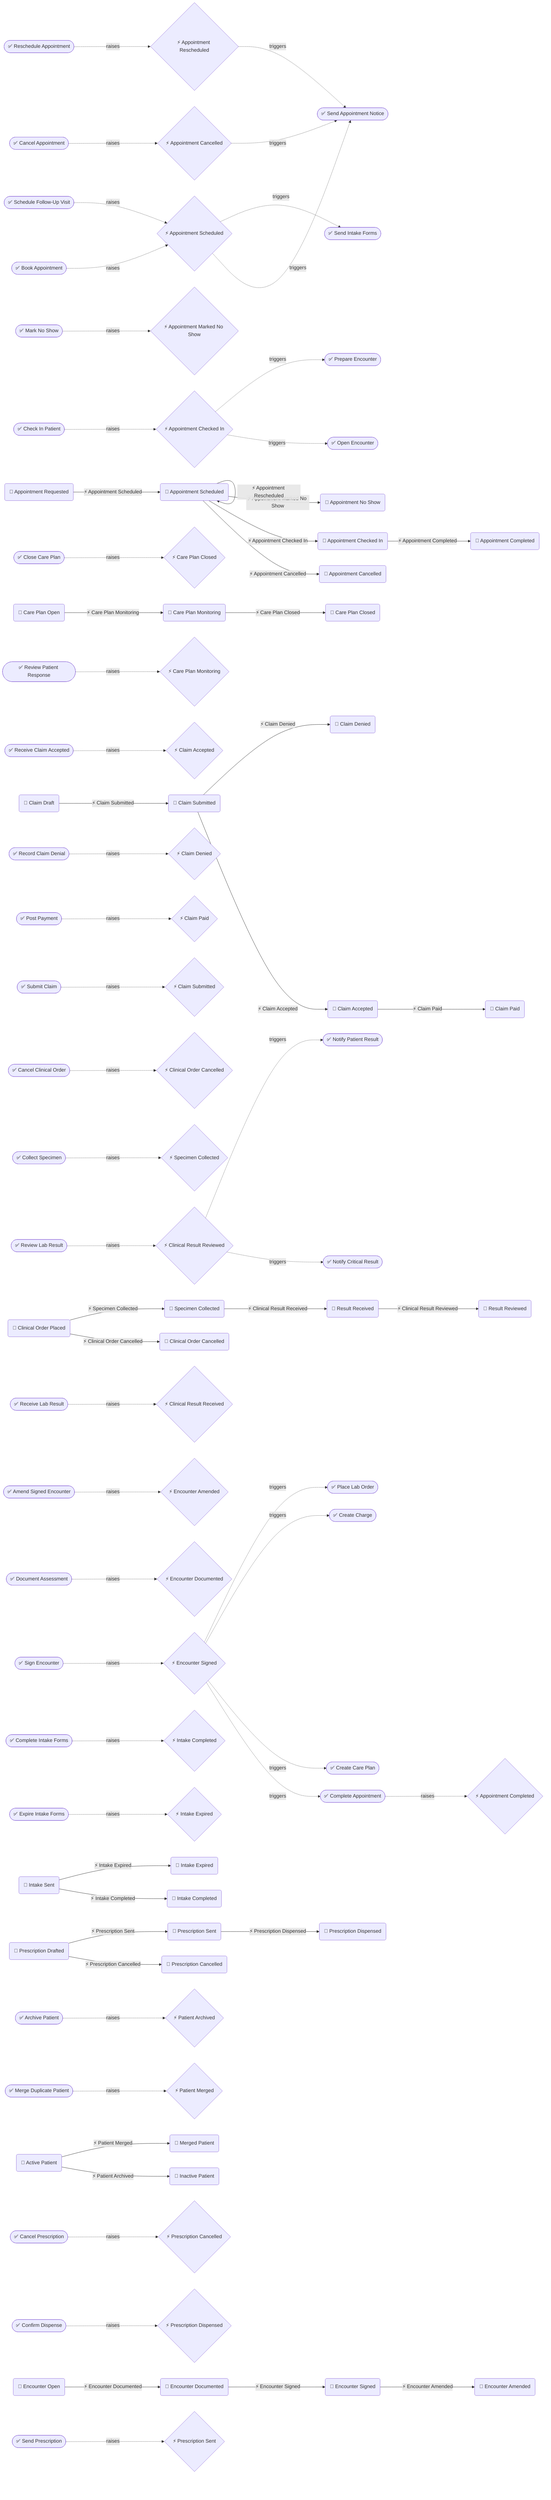
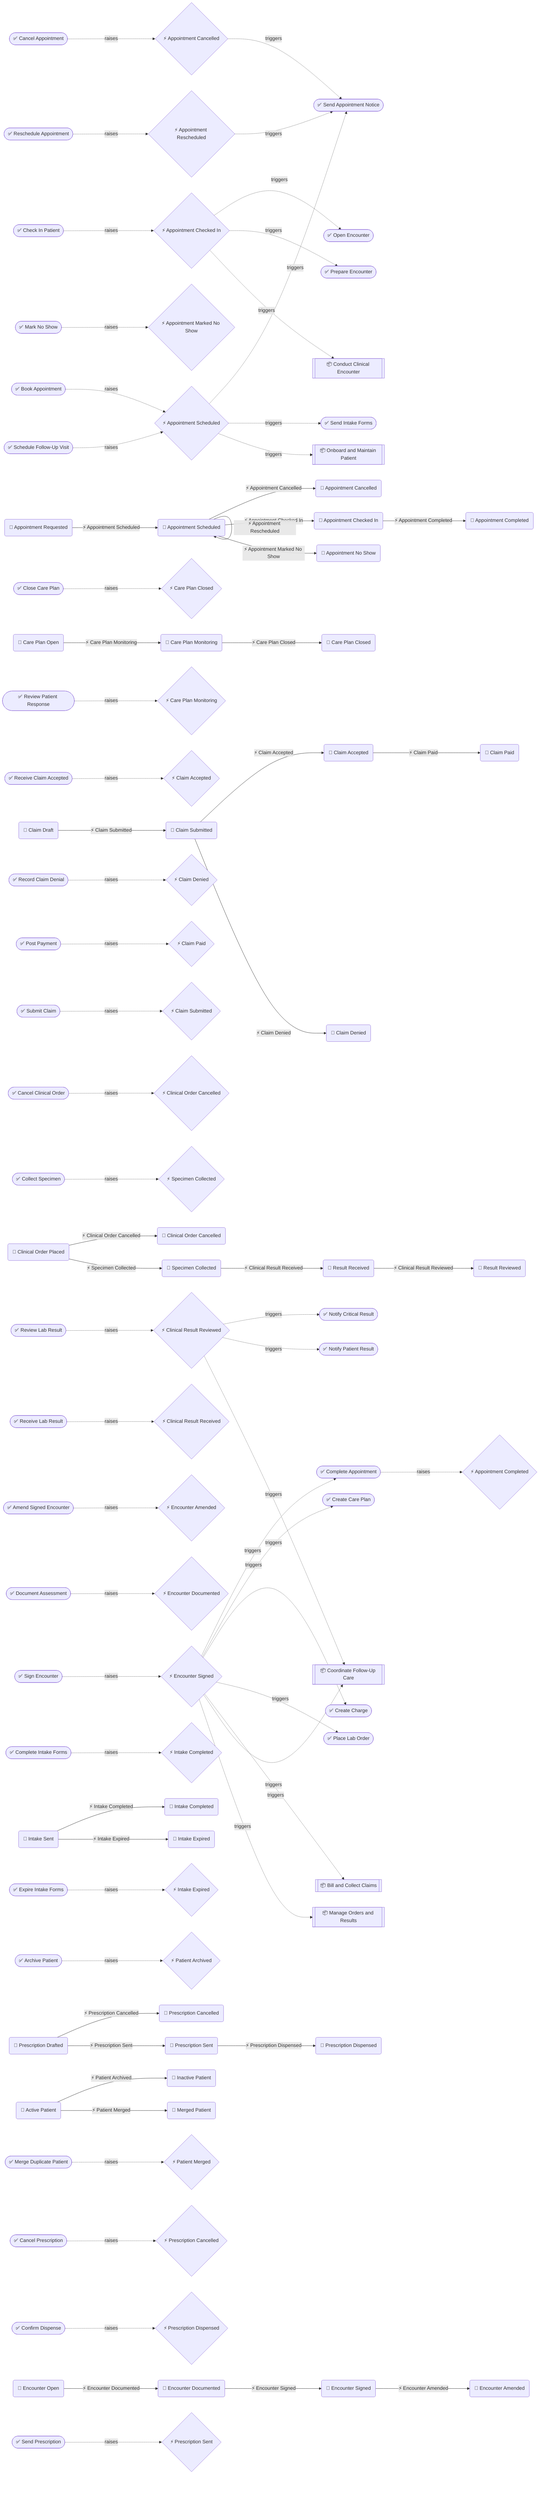
flowchart LR
  ev__EvAppointmentCancelled{"⚡ Appointment Cancelled"}
  uc__CancelAppointment(["✅ Cancel Appointment"])
  uc__CancelAppointment -.->|raises| ev__EvAppointmentCancelled
  uc__SendAppointmentNotice(["✅ Send Appointment Notice"])
  ev__EvAppointmentCancelled -.->|triggers| uc__SendAppointmentNotice
  st__Apptscheduled("🔄 Appointment Scheduled")
  st__Apptcancelled("🔄 Appointment Cancelled")
  st__Apptscheduled -->|⚡ Appointment Cancelled| st__Apptcancelled
  ev__EvAppointmentCheckedIn{"⚡ Appointment Checked In"}
  uc__CheckInPatient(["✅ Check In Patient"])
  uc__CheckInPatient -.->|raises| ev__EvAppointmentCheckedIn
  uc__OpenEncounter(["✅ Open Encounter"])
  ev__EvAppointmentCheckedIn -.->|triggers| uc__OpenEncounter
  uc__PrepareEncounter(["✅ Prepare Encounter"])
  ev__EvAppointmentCheckedIn -.->|triggers| uc__PrepareEncounter
+   buc__BucClinicalEncounter[["📦 Conduct Clinical Encounter"]]
+   ev__EvAppointmentCheckedIn -.->|triggers| buc__BucClinicalEncounter
  st__Apptcheckedin("🔄 Appointment Checked In")
  st__Apptscheduled -->|⚡ Appointment Checked In| st__Apptcheckedin
  ev__EvAppointmentCompleted{"⚡ Appointment Completed"}
  uc__CompleteAppointment(["✅ Complete Appointment"])
  uc__CompleteAppointment -.->|raises| ev__EvAppointmentCompleted
  st__Apptcompleted("🔄 Appointment Completed")
  st__Apptcheckedin -->|⚡ Appointment Completed| st__Apptcompleted
  ev__EvAppointmentNoShow{"⚡ Appointment Marked No Show"}
  uc__MarkNoShow(["✅ Mark No Show"])
  uc__MarkNoShow -.->|raises| ev__EvAppointmentNoShow
  st__Apptnoshow("🔄 Appointment No Show")
  st__Apptscheduled -->|⚡ Appointment Marked No Show| st__Apptnoshow
  ev__EvAppointmentRescheduled{"⚡ Appointment Rescheduled"}
  uc__RescheduleAppointment(["✅ Reschedule Appointment"])
  uc__RescheduleAppointment -.->|raises| ev__EvAppointmentRescheduled
  ev__EvAppointmentRescheduled -.->|triggers| uc__SendAppointmentNotice
  st__Apptscheduled -->|⚡ Appointment Rescheduled| st__Apptscheduled
  ev__EvAppointmentScheduled{"⚡ Appointment Scheduled"}
  uc__BookAppointment(["✅ Book Appointment"])
  uc__BookAppointment -.->|raises| ev__EvAppointmentScheduled
  uc__ScheduleFollowUpVisit(["✅ Schedule Follow-Up Visit"])
  uc__ScheduleFollowUpVisit -.->|raises| ev__EvAppointmentScheduled
  ev__EvAppointmentScheduled -.->|triggers| uc__SendAppointmentNotice
  uc__SendIntakeForms(["✅ Send Intake Forms"])
  ev__EvAppointmentScheduled -.->|triggers| uc__SendIntakeForms
+   buc__BucPatientOnboarding[["📦 Onboard and Maintain Patient"]]
+   ev__EvAppointmentScheduled -.->|triggers| buc__BucPatientOnboarding
  st__Apptrequested("🔄 Appointment Requested")
  st__Apptrequested -->|⚡ Appointment Scheduled| st__Apptscheduled
  ev__EvCarePlanClosed{"⚡ Care Plan Closed"}
  uc__CloseCarePlan(["✅ Close Care Plan"])
  uc__CloseCarePlan -.->|raises| ev__EvCarePlanClosed
  st__Caremonitoring("🔄 Care Plan Monitoring")
  st__Careclosed("🔄 Care Plan Closed")
  st__Caremonitoring -->|⚡ Care Plan Closed| st__Careclosed
  ev__EvCarePlanMonitoring{"⚡ Care Plan Monitoring"}
  uc__ReviewPatientResponse(["✅ Review Patient Response"])
  uc__ReviewPatientResponse -.->|raises| ev__EvCarePlanMonitoring
  st__Careopen("🔄 Care Plan Open")
  st__Careopen -->|⚡ Care Plan Monitoring| st__Caremonitoring
  ev__EvClaimAccepted{"⚡ Claim Accepted"}
  uc__ReceiveClaimAccepted(["✅ Receive Claim Accepted"])
  uc__ReceiveClaimAccepted -.->|raises| ev__EvClaimAccepted
  st__Claimsubmitted("🔄 Claim Submitted")
  st__Claimaccepted("🔄 Claim Accepted")
  st__Claimsubmitted -->|⚡ Claim Accepted| st__Claimaccepted
  ev__EvClaimDenied{"⚡ Claim Denied"}
  uc__RecordClaimDenial(["✅ Record Claim Denial"])
  uc__RecordClaimDenial -.->|raises| ev__EvClaimDenied
  st__Claimdenied("🔄 Claim Denied")
  st__Claimsubmitted -->|⚡ Claim Denied| st__Claimdenied
  ev__EvClaimPaid{"⚡ Claim Paid"}
  uc__PostPayment(["✅ Post Payment"])
  uc__PostPayment -.->|raises| ev__EvClaimPaid
  st__Claimpaid("🔄 Claim Paid")
  st__Claimaccepted -->|⚡ Claim Paid| st__Claimpaid
  ev__EvClaimSubmitted{"⚡ Claim Submitted"}
  uc__SubmitClaim(["✅ Submit Claim"])
  uc__SubmitClaim -.->|raises| ev__EvClaimSubmitted
  st__Claimdraft("🔄 Claim Draft")
  st__Claimdraft -->|⚡ Claim Submitted| st__Claimsubmitted
  ev__EvClinicalOrderCancelled{"⚡ Clinical Order Cancelled"}
  uc__CancelClinicalOrder(["✅ Cancel Clinical Order"])
  uc__CancelClinicalOrder -.->|raises| ev__EvClinicalOrderCancelled
  st__Clordered("🔄 Clinical Order Placed")
  st__Clcancelled("🔄 Clinical Order Cancelled")
  st__Clordered -->|⚡ Clinical Order Cancelled| st__Clcancelled
  ev__EvClinicalOrderCollected{"⚡ Specimen Collected"}
  uc__CollectSpecimen(["✅ Collect Specimen"])
  uc__CollectSpecimen -.->|raises| ev__EvClinicalOrderCollected
  st__Clcollected("🔄 Specimen Collected")
  st__Clordered -->|⚡ Specimen Collected| st__Clcollected
  ev__EvClinicalOrderResulted{"⚡ Clinical Result Received"}
  uc__ReceiveLabResult(["✅ Receive Lab Result"])
  uc__ReceiveLabResult -.->|raises| ev__EvClinicalOrderResulted
  st__Clresulted("🔄 Result Received")
  st__Clcollected -->|⚡ Clinical Result Received| st__Clresulted
  ev__EvClinicalOrderReviewed{"⚡ Clinical Result Reviewed"}
  uc__ReviewLabResult(["✅ Review Lab Result"])
  uc__ReviewLabResult -.->|raises| ev__EvClinicalOrderReviewed
  uc__NotifyCriticalResult(["✅ Notify Critical Result"])
  ev__EvClinicalOrderReviewed -.->|triggers| uc__NotifyCriticalResult
  uc__NotifyPatientResult(["✅ Notify Patient Result"])
  ev__EvClinicalOrderReviewed -.->|triggers| uc__NotifyPatientResult
+   buc__BucFollowupCare[["📦 Coordinate Follow-Up Care"]]
+   ev__EvClinicalOrderReviewed -.->|triggers| buc__BucFollowupCare
  st__Clreviewed("🔄 Result Reviewed")
  st__Clresulted -->|⚡ Clinical Result Reviewed| st__Clreviewed
  ev__EvEncounterAmended{"⚡ Encounter Amended"}
  uc__AmendEncounter(["✅ Amend Signed Encounter"])
  uc__AmendEncounter -.->|raises| ev__EvEncounterAmended
  st__Encsigned("🔄 Encounter Signed")
  st__Encamended("🔄 Encounter Amended")
  st__Encsigned -->|⚡ Encounter Amended| st__Encamended
  ev__EvEncounterDocumented{"⚡ Encounter Documented"}
  uc__DocumentAssessment(["✅ Document Assessment"])
  uc__DocumentAssessment -.->|raises| ev__EvEncounterDocumented
  st__Encopen("🔄 Encounter Open")
  st__Encdocumented("🔄 Encounter Documented")
  st__Encopen -->|⚡ Encounter Documented| st__Encdocumented
  ev__EvEncounterSigned{"⚡ Encounter Signed"}
  uc__SignEncounter(["✅ Sign Encounter"])
  uc__SignEncounter -.->|raises| ev__EvEncounterSigned
  ev__EvEncounterSigned -.->|triggers| uc__CompleteAppointment
  uc__CreateCarePlan(["✅ Create Care Plan"])
  ev__EvEncounterSigned -.->|triggers| uc__CreateCarePlan
  uc__CreateCharge(["✅ Create Charge"])
  ev__EvEncounterSigned -.->|triggers| uc__CreateCharge
  uc__PlaceLabOrder(["✅ Place Lab Order"])
  ev__EvEncounterSigned -.->|triggers| uc__PlaceLabOrder
+   buc__BucBillingClaims[["📦 Bill and Collect Claims"]]
+   ev__EvEncounterSigned -.->|triggers| buc__BucBillingClaims
+   ev__EvEncounterSigned -.->|triggers| buc__BucFollowupCare
+   buc__BucOrdersResults[["📦 Manage Orders and Results"]]
+   ev__EvEncounterSigned -.->|triggers| buc__BucOrdersResults
  st__Encdocumented -->|⚡ Encounter Signed| st__Encsigned
  ev__EvIntakeCompleted{"⚡ Intake Completed"}
  uc__CompleteIntakeForms(["✅ Complete Intake Forms"])
  uc__CompleteIntakeForms -.->|raises| ev__EvIntakeCompleted
  st__Intakesent("🔄 Intake Sent")
  st__Intakecompleted("🔄 Intake Completed")
  st__Intakesent -->|⚡ Intake Completed| st__Intakecompleted
  ev__EvIntakeExpired{"⚡ Intake Expired"}
  uc__ExpireIntakeForms(["✅ Expire Intake Forms"])
  uc__ExpireIntakeForms -.->|raises| ev__EvIntakeExpired
  st__Intakeexpired("🔄 Intake Expired")
  st__Intakesent -->|⚡ Intake Expired| st__Intakeexpired
  ev__EvPatientArchived{"⚡ Patient Archived"}
  uc__ArchivePatient(["✅ Archive Patient"])
  uc__ArchivePatient -.->|raises| ev__EvPatientArchived
  st__Patientactive("🔄 Active Patient")
  st__Patientinactive("🔄 Inactive Patient")
  st__Patientactive -->|⚡ Patient Archived| st__Patientinactive
  ev__EvPatientMerged{"⚡ Patient Merged"}
  uc__MergeDuplicatePatient(["✅ Merge Duplicate Patient"])
  uc__MergeDuplicatePatient -.->|raises| ev__EvPatientMerged
  st__Patientmerged("🔄 Merged Patient")
  st__Patientactive -->|⚡ Patient Merged| st__Patientmerged
  ev__EvPrescriptionCancelled{"⚡ Prescription Cancelled"}
  uc__CancelPrescription(["✅ Cancel Prescription"])
  uc__CancelPrescription -.->|raises| ev__EvPrescriptionCancelled
  st__Rxdrafted("🔄 Prescription Drafted")
  st__Rxcancelled("🔄 Prescription Cancelled")
  st__Rxdrafted -->|⚡ Prescription Cancelled| st__Rxcancelled
  ev__EvPrescriptionDispensed{"⚡ Prescription Dispensed"}
  uc__ConfirmDispense(["✅ Confirm Dispense"])
  uc__ConfirmDispense -.->|raises| ev__EvPrescriptionDispensed
  st__Rxsent("🔄 Prescription Sent")
  st__Rxdispensed("🔄 Prescription Dispensed")
  st__Rxsent -->|⚡ Prescription Dispensed| st__Rxdispensed
  ev__EvPrescriptionSent{"⚡ Prescription Sent"}
  uc__SendPrescription(["✅ Send Prescription"])
  uc__SendPrescription -.->|raises| ev__EvPrescriptionSent
  st__Rxdrafted -->|⚡ Prescription Sent| st__Rxsent
